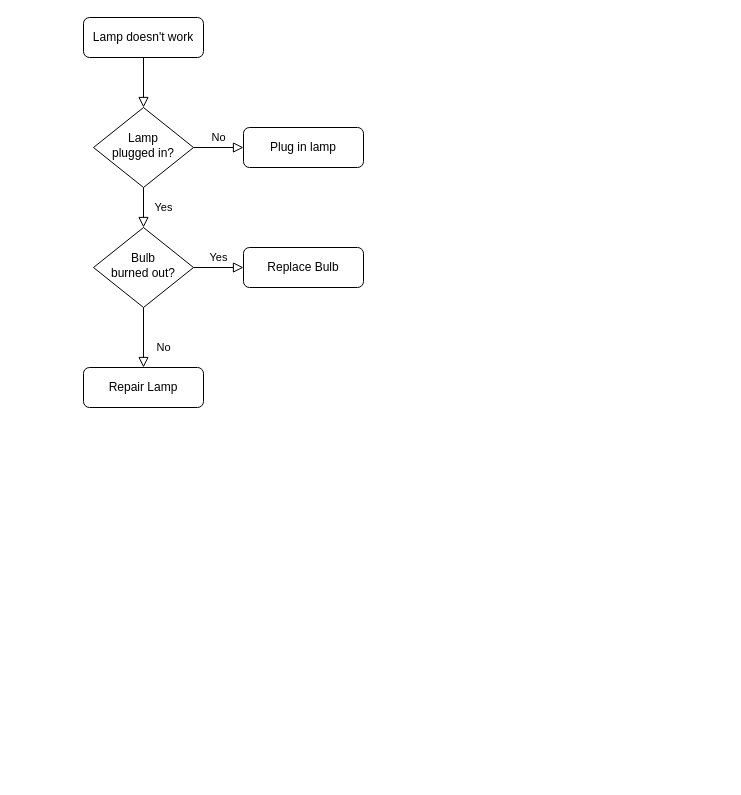
The draw.io diagram Untitled Diagram.drawio in rustyjux/rustyjux, before the edit. Source tidied: cells renumbered, new cells numbered last; positions are measured from the earlier drawing's top-left corner, leaving out a move shared by most shapes. Both pictures are drawn from the tidied source at 100%, with x=0, y=0 at pixel (83, 17).
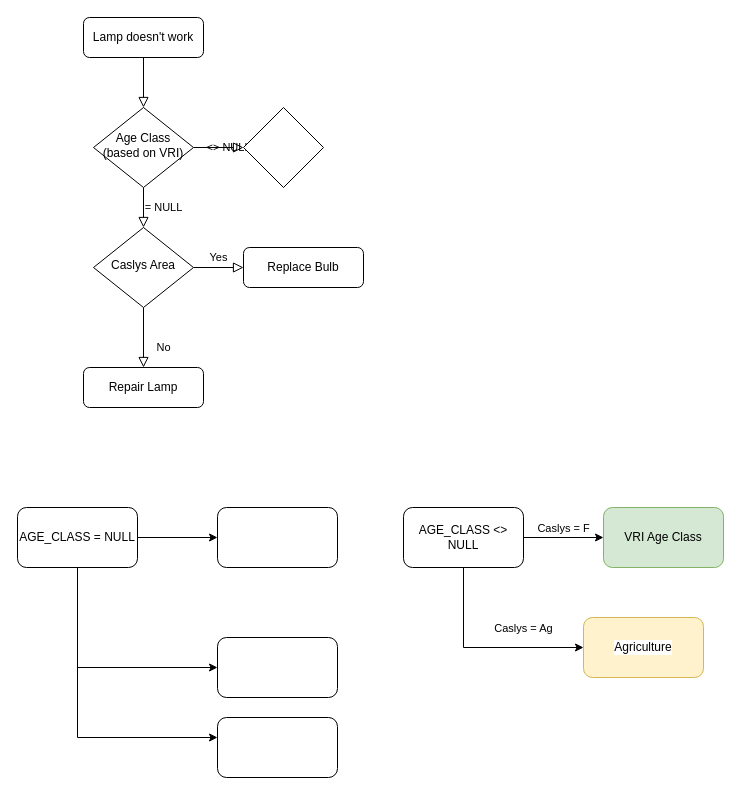
Above is the later version.

Change to the diagram source:
```diff
@@
-    <mxCell id="4" value="Yes" style="rounded=0;html=1;jettySize=auto;fontSize=11;endArrow=block;endFill=0;endSize=8;strokeWidth=1;shadow=0;labelBackgroundColor=none;edgeStyle=orthogonalEdgeStyle;" parent="1" edge="1" source="6" target="10">
+    <mxCell id="4" value="= NULL" style="rounded=0;html=1;jettySize=auto;fontSize=11;endArrow=block;endFill=0;endSize=8;strokeWidth=1;shadow=0;labelBackgroundColor=none;edgeStyle=orthogonalEdgeStyle;" parent="1" edge="1" source="6" target="10">
       <mxGeometry y="20" relative="1" as="geometry" />
     </mxCell>
-    <mxCell id="5" value="No" style="edgeStyle=orthogonalEdgeStyle;rounded=0;html=1;jettySize=auto;fontSize=11;endArrow=block;endFill=0;endSize=8;strokeWidth=1;shadow=0;labelBackgroundColor=none;" parent="1" edge="1" source="6" target="7">
-      <mxGeometry y="10" relative="1" as="geometry" />
+    <mxCell id="5" value="&amp;lt;&amp;gt; NULL" style="edgeStyle=orthogonalEdgeStyle;rounded=0;html=1;jettySize=auto;fontSize=11;endArrow=block;endFill=0;endSize=8;strokeWidth=1;shadow=0;labelBackgroundColor=none;" parent="1" edge="1" source="6">
+      <mxGeometry y="10" relative="1" as="geometry">
+        <mxPoint x="160" y="130" as="targetPoint" />
+      </mxGeometry>
     </mxCell>
-    <mxCell id="6" value="Lamp&lt;br&gt;plugged in?" style="rhombus;whiteSpace=wrap;html=1;shadow=0;fontFamily=Helvetica;fontSize=12;align=center;strokeWidth=1;spacing=6;spacingTop=-4;" parent="1" vertex="1">
+    <mxCell id="6" value="Age Class&lt;br&gt;(based on VRI)" style="rhombus;whiteSpace=wrap;html=1;shadow=0;fontFamily=Helvetica;fontSize=12;align=center;strokeWidth=1;spacing=6;spacingTop=-4;" parent="1" vertex="1">
       <mxGeometry x="10" y="90" width="100" height="80" as="geometry" />
     </mxCell>
-    <mxCell id="7" value="Plug in lamp" style="rounded=1;whiteSpace=wrap;html=1;fontSize=12;glass=0;strokeWidth=1;shadow=0;" parent="1" vertex="1">
-      <mxGeometry x="160" y="110" width="120" height="40" as="geometry" />
-    </mxCell>
@@
-    <mxCell id="10" value="Bulb&lt;br&gt;burned out?" style="rhombus;whiteSpace=wrap;html=1;shadow=0;fontFamily=Helvetica;fontSize=12;align=center;strokeWidth=1;spacing=6;spacingTop=-4;" parent="1" vertex="1">
+    <mxCell id="10" value="Caslys Area" style="rhombus;whiteSpace=wrap;html=1;shadow=0;fontFamily=Helvetica;fontSize=12;align=center;strokeWidth=1;spacing=6;spacingTop=-4;" parent="1" vertex="1">
       <mxGeometry x="10" y="210" width="100" height="80" as="geometry" />
     </mxCell>
@@
+    <mxCell id="13" style="rhombus;whiteSpace=wrap;html=1;" parent="1" vertex="1">
+      <mxGeometry x="160" y="90" width="80" height="80" as="geometry" />
+    </mxCell>
+    <mxCell id="14" style="edgeStyle=orthogonalEdgeStyle;rounded=0;jettySize=auto;html=1;" parent="1" edge="1" source="17" target="18">
+      <mxGeometry relative="1" as="geometry" />
+    </mxCell>
+    <mxCell id="15" style="edgeStyle=orthogonalEdgeStyle;rounded=0;jettySize=auto;html=1;" parent="1" edge="1" source="17" target="19">
+      <mxGeometry relative="1" as="geometry">
+        <Array as="points">
+          <mxPoint x="-6" y="650" />
+        </Array>
+      </mxGeometry>
+    </mxCell>
+    <mxCell id="16" style="edgeStyle=orthogonalEdgeStyle;rounded=0;jettySize=auto;html=1;" parent="1" edge="1" source="17" target="20">
+      <mxGeometry relative="1" as="geometry">
+        <Array as="points">
+          <mxPoint x="-6" y="720" />
+        </Array>
+      </mxGeometry>
+    </mxCell>
+    <mxCell id="17" value="AGE_CLASS = NULL" style="whiteSpace=wrap;html=1;rounded=1;" parent="1" vertex="1">
+      <mxGeometry x="-66" y="490" width="120" height="60" as="geometry" />
+    </mxCell>
+    <mxCell id="18" style="whiteSpace=wrap;html=1;rounded=1;" parent="1" vertex="1">
+      <mxGeometry x="134" y="490" width="120" height="60" as="geometry" />
+    </mxCell>
+    <mxCell id="19" style="whiteSpace=wrap;html=1;rounded=1;" parent="1" vertex="1">
+      <mxGeometry x="134" y="620" width="120" height="60" as="geometry" />
+    </mxCell>
+    <mxCell id="20" style="whiteSpace=wrap;html=1;rounded=1;" parent="1" vertex="1">
+      <mxGeometry x="134" y="700" width="120" height="60" as="geometry" />
+    </mxCell>
+    <mxCell id="21" value="Caslys = Ag" style="edgeStyle=orthogonalEdgeStyle;rounded=0;jettySize=auto;html=1;verticalAlign=bottom;" parent="1" edge="1" source="23" target="24">
+      <mxGeometry x="0.4" y="10" relative="1" as="geometry">
+        <Array as="points">
+          <mxPoint x="380" y="630" />
+        </Array>
+      </mxGeometry>
+    </mxCell>
+    <mxCell id="22" value="Caslys = F" style="edgeStyle=orthogonalEdgeStyle;rounded=0;jettySize=auto;html=1;verticalAlign=bottom;" parent="1" edge="1" source="23" target="25">
+      <mxGeometry relative="1" as="geometry" />
+    </mxCell>
+    <mxCell id="23" value="AGE_CLASS &amp;lt;&amp;gt; NULL" style="whiteSpace=wrap;html=1;rounded=1;" parent="1" vertex="1">
+      <mxGeometry x="320" y="490" width="120" height="60" as="geometry" />
+    </mxCell>
+    <mxCell id="24" value="Agriculture" style="whiteSpace=wrap;html=1;rounded=1;labelBackgroundColor=default;fillColor=#fff2cc;strokeColor=#d6b656;" parent="1" vertex="1">
+      <mxGeometry x="500" y="600" width="120" height="60" as="geometry" />
+    </mxCell>
+    <mxCell id="25" value="VRI Age Class" style="whiteSpace=wrap;html=1;rounded=1;fillColor=#d5e8d4;strokeColor=#82b366;" parent="1" vertex="1">
+      <mxGeometry x="520" y="490" width="120" height="60" as="geometry" />
+    </mxCell>
```
